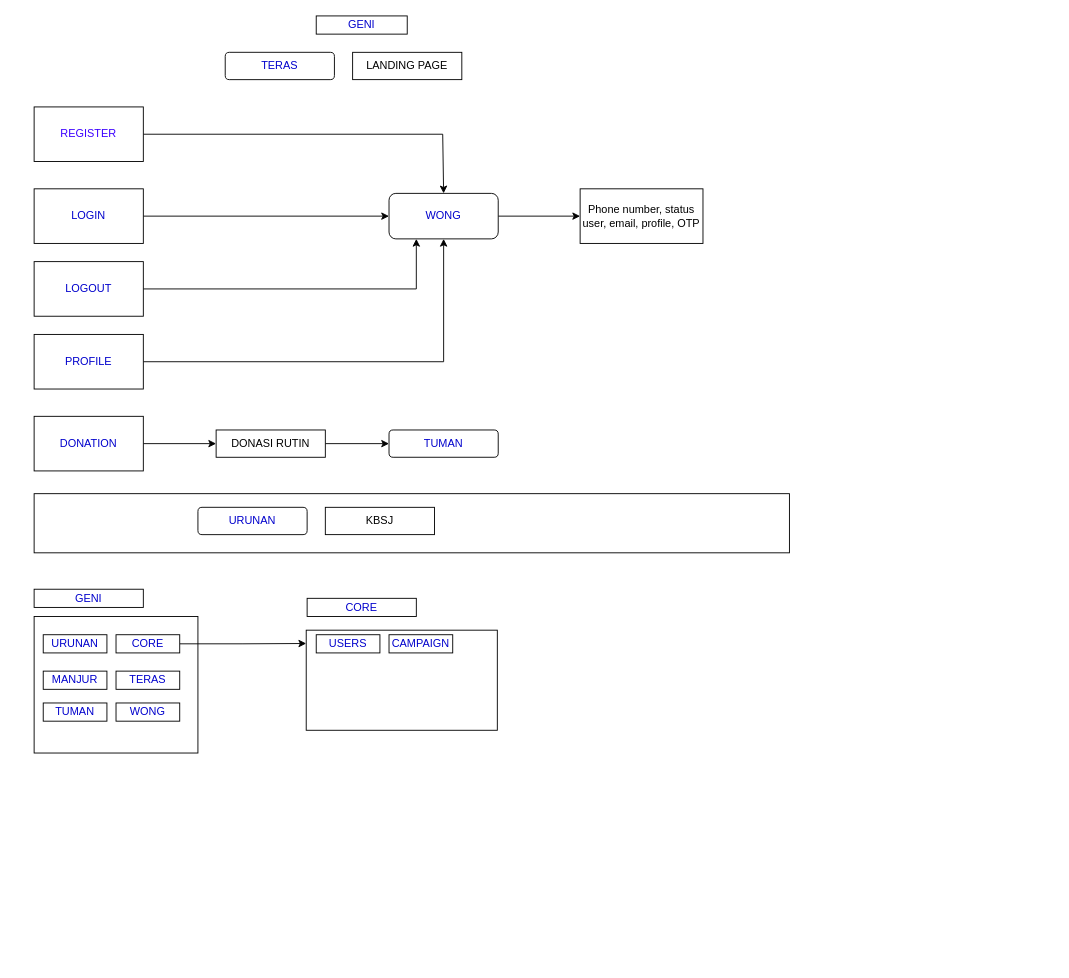
WisnuBramantyo/KTBS-Testing keeps this draw.io diagram as page "WB" (2 of 3) of KTBS-DAS-System-Diagram.drawio. Above is the earlier version. Source tidied: cells renumbered, new cells numbered last; positions are measured from the earlier drawing's top-left corner, leaving out a move shared by most shapes. Both pictures are drawn from the tidied source at 91%, with x=0, y=0 at pixel (34, 15).
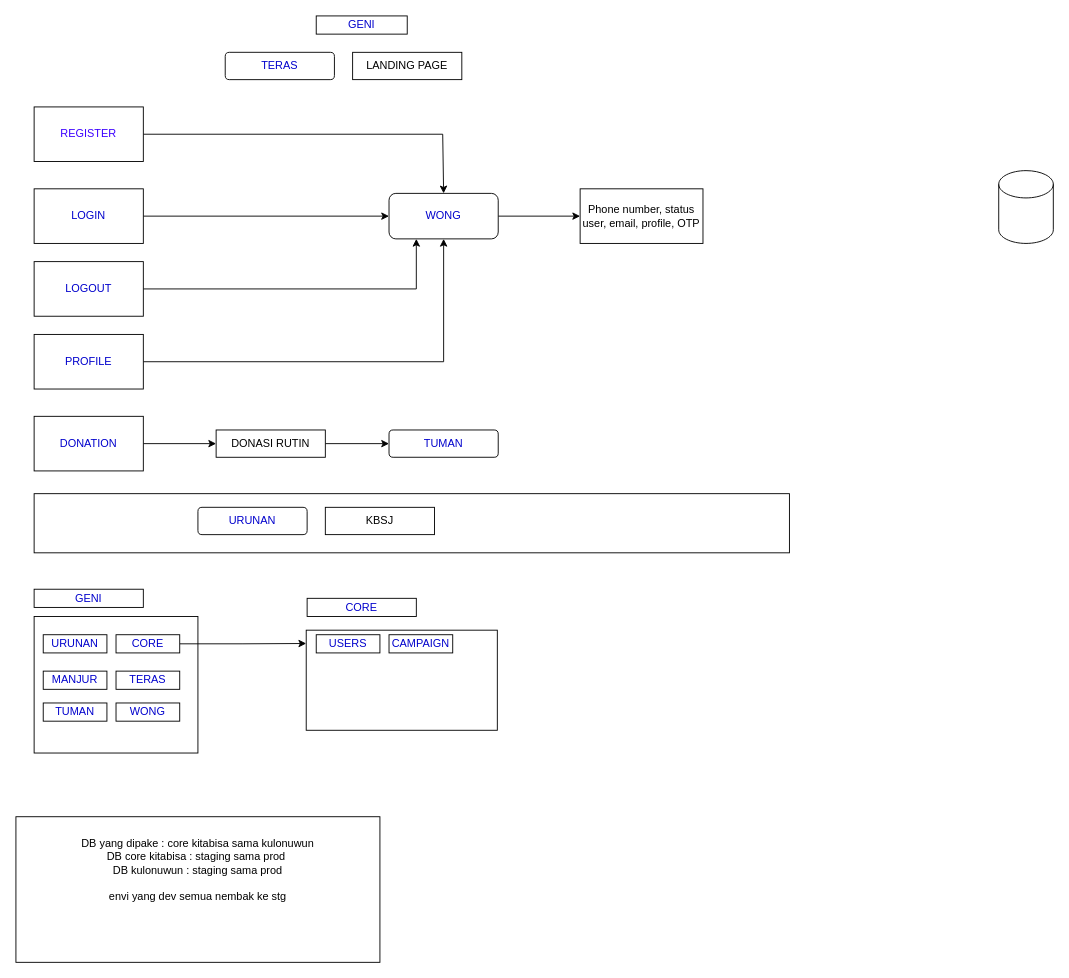
Above is the later version.

What changed in the source:
```diff
@@
+    <mxCell id="37" style="shape=cylinder3;whiteSpace=wrap;html=1;boundedLbl=1;backgroundOutline=1;size=15;" parent="1" vertex="1">
+      <mxGeometry x="1060" y="170" width="60" height="80" as="geometry" />
+    </mxCell>
+    <mxCell id="38" value="DB yang dipake : core kitabisa sama kulonuwun&lt;br&gt;DB core kitabisa : staging sama prod&amp;nbsp;&lt;br&gt;DB kulonuwun : staging sama prod&lt;br&gt;&lt;br&gt;envi yang dev semua nembak ke stg&lt;br&gt;&lt;br&gt;&lt;br&gt;&lt;br&gt;" style="rounded=0;whiteSpace=wrap;html=1;" parent="1" vertex="1">
+      <mxGeometry x="-20" y="880" width="400" height="160" as="geometry" />
+    </mxCell>
```
